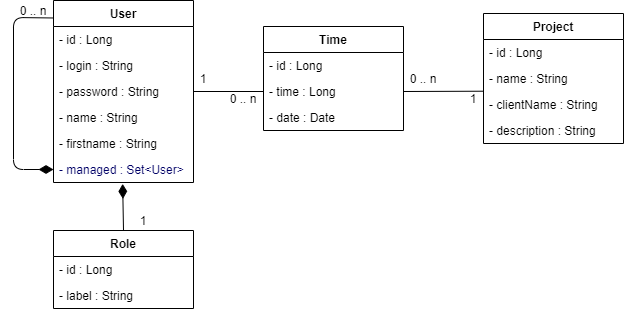
Above: Diagramme de classe.png in ValentinMoreau08/Projet-Statup-POC (draw.io), before the change. Source tidied: cells renumbered, new cells last; positions are measured from the earlier drawing's top-left corner, leaving out a move shared by most shapes.
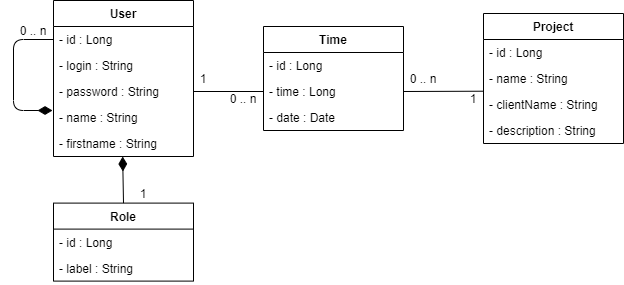
After the commit.

Commit message:
Populate Database only if it is empty

What changed in the source:
```diff
@@ -3,7 +3,7 @@
     <mxCell id="0" />
     <mxCell id="1" parent="0" />
     <mxCell id="2" value="User" style="swimlane;fontStyle=1;horizontal=1;startSize=26;fillColor=none;" parent="1" vertex="1">
-      <mxGeometry x="40" width="140" height="182" as="geometry" />
+      <mxGeometry x="40" width="140" height="156" as="geometry" />
     </mxCell>
     <mxCell id="3" value="- id : Long" style="text;strokeColor=none;fillColor=none;align=left;verticalAlign=top;spacingLeft=4;spacingRight=4;overflow=hidden;points=[[0,0.5],[1,0.5]];portConstraint=eastwest;" parent="2" vertex="1">
       <mxGeometry y="26" width="140" height="26" as="geometry" />
@@ -20,19 +20,16 @@
     <mxCell id="7" value="- firstname : String" style="text;strokeColor=none;fillColor=none;align=left;verticalAlign=top;spacingLeft=4;spacingRight=4;overflow=hidden;" parent="2" vertex="1">
       <mxGeometry y="130" width="140" height="26" as="geometry" />
     </mxCell>
-    <mxCell id="8" value="- managed : Set&lt;User&gt;" style="text;strokeColor=none;fillColor=none;align=left;verticalAlign=top;spacingLeft=4;spacingRight=4;overflow=hidden;points=[[0,0.5],[1,0.5]];portConstraint=eastwest;fontColor=#000066;" parent="2" vertex="1">
-      <mxGeometry y="156" width="140" height="26" as="geometry" />
-    </mxCell>
-    <mxCell id="9" style="endArrow=none;html=1;startArrow=diamondThin;startFill=1;exitX=0;exitY=0.5;exitDx=0;exitDy=0;startSize=12;entryX=-0.007;entryY=0.096;entryDx=0;entryDy=0;entryPerimeter=0;" parent="2" edge="1" source="8" target="2">
+    <mxCell id="9" style="endArrow=none;html=1;startArrow=diamondThin;startFill=1;exitX=-0.007;exitY=0.231;exitDx=0;exitDy=0;startSize=12;entryX=0;entryY=0.5;entryDx=0;entryDy=0;exitPerimeter=0;" parent="2" edge="1" source="6" target="3">
       <mxGeometry relative="1" as="geometry">
         <Array as="points">
-          <mxPoint x="-40" y="169" />
-          <mxPoint x="-40" y="17" />
+          <mxPoint x="-40" y="110" />
+          <mxPoint x="-40" y="39" />
         </Array>
       </mxGeometry>
     </mxCell>
     <mxCell id="10" value="Role" style="swimlane;fontStyle=1;horizontal=1;startSize=26;fillColor=none;" parent="1" vertex="1">
-      <mxGeometry x="40" y="230" width="140" height="78" as="geometry" />
+      <mxGeometry x="40" y="202.6" width="140" height="78" as="geometry" />
     </mxCell>
     <mxCell id="11" value="- id : Long" style="text;strokeColor=none;fillColor=none;align=left;verticalAlign=top;spacingLeft=4;spacingRight=4;overflow=hidden;" parent="10" vertex="1">
       <mxGeometry y="26" width="140" height="26" as="geometry" />
@@ -67,11 +64,13 @@
     <mxCell id="21" value="- description : String" style="text;strokeColor=none;fillColor=none;align=left;verticalAlign=top;spacingLeft=4;spacingRight=4;overflow=hidden;" parent="17" vertex="1">
       <mxGeometry y="104" width="140" height="26" as="geometry" />
     </mxCell>
-    <mxCell id="22" style="endArrow=none;html=1;startArrow=diamondThin;startFill=1;entryX=0.5;entryY=0;entryDx=0;entryDy=0;exitX=0.494;exitY=1.054;exitDx=0;exitDy=0;exitPerimeter=0;startSize=12;" parent="1" edge="1" source="8" target="10">
-      <mxGeometry relative="1" as="geometry" />
+    <mxCell id="22" style="endArrow=none;html=1;startArrow=diamondThin;startFill=1;entryX=0.5;entryY=0;entryDx=0;entryDy=0;exitX=0.494;exitY=1.054;exitDx=0;exitDy=0;exitPerimeter=0;startSize=12;" parent="1" edge="1" target="10">
+      <mxGeometry relative="1" as="geometry">
+        <mxPoint x="109.2" y="156" as="sourcePoint" />
+      </mxGeometry>
     </mxCell>
     <mxCell id="23" value="1" style="text;html=1;strokeColor=none;fillColor=none;align=center;verticalAlign=middle;whiteSpace=wrap;rounded=0;" parent="1" vertex="1">
-      <mxGeometry x="110" y="210" width="40" height="20" as="geometry" />
+      <mxGeometry x="110" y="182.6" width="40" height="20" as="geometry" />
     </mxCell>
     <mxCell id="24" value="0 .. n" style="text;html=1;strokeColor=none;fillColor=none;align=center;verticalAlign=middle;whiteSpace=wrap;rounded=0;" parent="1" vertex="1">
       <mxGeometry x="210" y="88" width="40" height="20" as="geometry" />
@@ -92,7 +91,7 @@
       <mxGeometry x="390" y="68" width="40" height="20" as="geometry" />
     </mxCell>
     <mxCell id="30" value="0 .. n" style="text;html=1;strokeColor=none;fillColor=none;align=center;verticalAlign=middle;whiteSpace=wrap;rounded=0;" parent="1" vertex="1">
-      <mxGeometry width="40" height="20" as="geometry" />
+      <mxGeometry y="20" width="40" height="20" as="geometry" />
     </mxCell>
   </root>
 </mxGraphModel>
```
